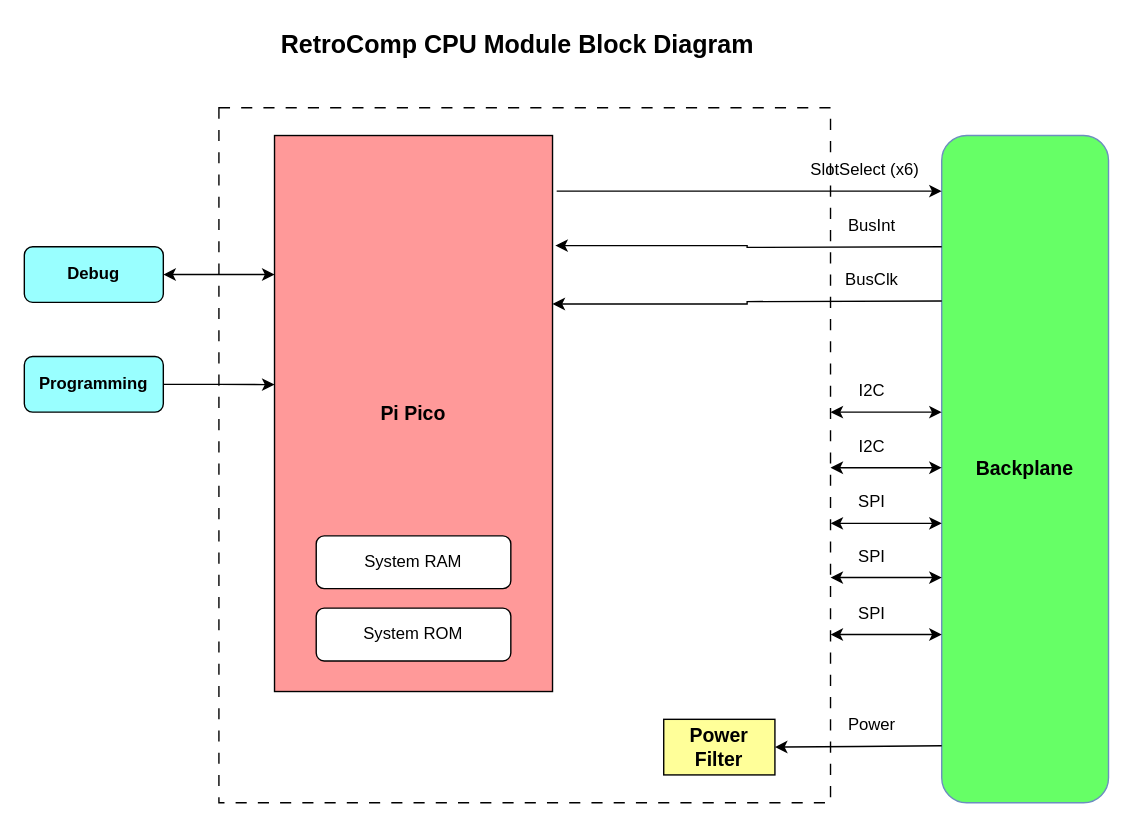
Above: docs/RetroComp-CPU-Block-Diagram.drawio in dervish77/RetroComp (draw.io), before the change. Source tidied: cells renumbered, new cells numbered last; positions are measured from the earlier drawing's top-left corner, leaving out a move shared by most shapes. Both pictures are drawn from the tidied source at 139%, with x=0, y=0 at pixel (24, 24).
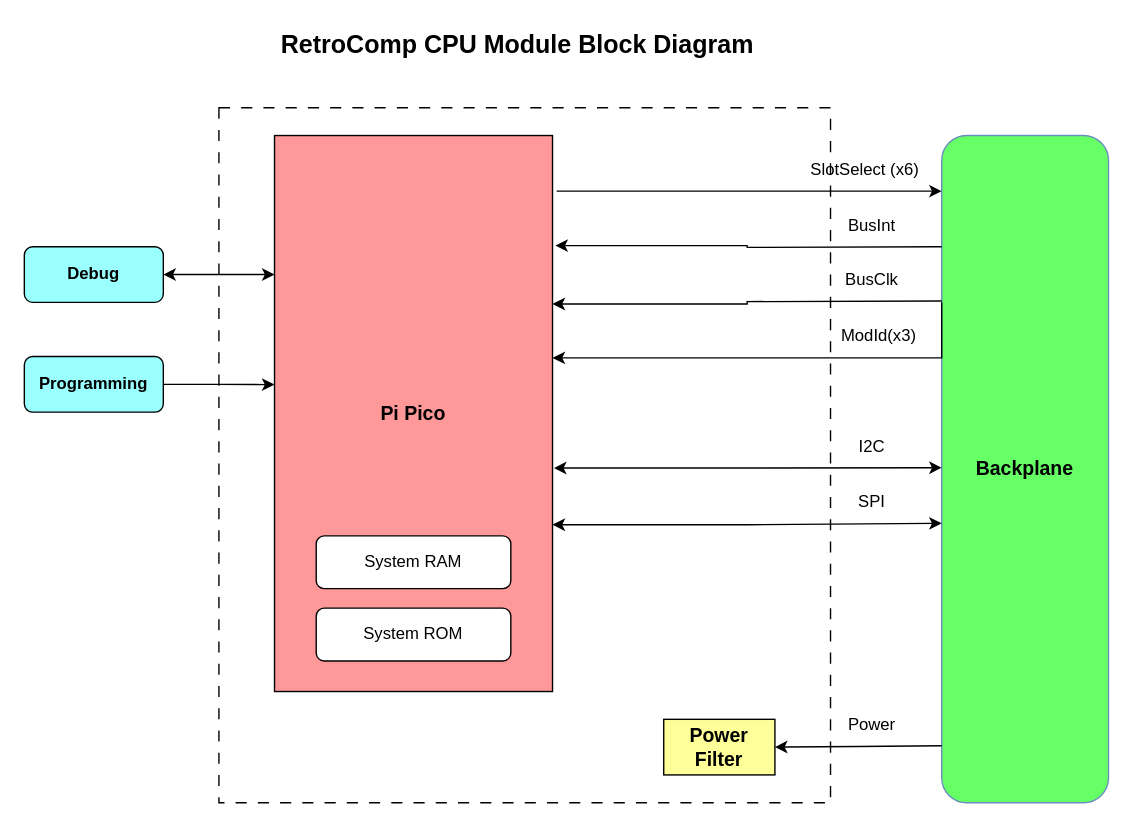
Above is the later version.

Commit message (it also covers changes not shown here):
fixed error on analog diagram ; cleanup on cpu diagram

Unchanged cells that the change refers to:
```xml
<mxCell id="3" value="&lt;b&gt;&lt;font style=&quot;font-size: 14px;&quot;&gt;Backplane&lt;/font&gt;&lt;/b&gt;" style="rounded=1;whiteSpace=wrap;html=1;fillColor=#66FF66;strokeColor=#6c8ebf;" parent="1" vertex="1">
  <mxGeometry x="660" y="80" width="120" height="480" as="geometry" />
</mxCell>
<mxCell id="6" value="&lt;b&gt;&lt;font style=&quot;font-size: 14px;&quot;&gt;Pi Pico&lt;/font&gt;&lt;/b&gt;" style="rounded=0;whiteSpace=wrap;html=1;fillColor=#FF9999;" parent="1" vertex="1">
  <mxGeometry x="180" y="80" width="200" height="400" as="geometry" />
</mxCell>
```

What changed in the source:
```diff
@@
-    <mxCell id="7" style="edgeStyle=orthogonalEdgeStyle;rounded=0;orthogonalLoop=1;jettySize=auto;html=1;exitX=1;exitY=0.75;exitDx=0;exitDy=0;entryX=0;entryY=0.75;entryDx=0;entryDy=0;startArrow=classic;startFill=1;" parent="1" edge="1">
-      <mxGeometry relative="1" as="geometry">
-        <mxPoint x="580" y="439" as="sourcePoint" />
-        <mxPoint x="660" y="439" as="targetPoint" />
-      </mxGeometry>
-    </mxCell>
@@
-    <mxCell id="9" value="SPI" style="text;html=1;align=center;verticalAlign=middle;whiteSpace=wrap;rounded=0;" parent="1" vertex="1">
-      <mxGeometry x="580" y="409" width="60" height="30" as="geometry" />
-    </mxCell>
@@
-    <mxCell id="11" style="edgeStyle=orthogonalEdgeStyle;rounded=0;orthogonalLoop=1;jettySize=auto;html=1;exitX=1;exitY=0.75;exitDx=0;exitDy=0;entryX=0;entryY=0.75;entryDx=0;entryDy=0;startArrow=classic;startFill=1;" parent="1" edge="1">
-      <mxGeometry relative="1" as="geometry">
-        <mxPoint x="580" y="398" as="sourcePoint" />
-        <mxPoint x="660" y="398" as="targetPoint" />
-      </mxGeometry>
-    </mxCell>
-    <mxCell id="12" value="SPI" style="text;html=1;align=center;verticalAlign=middle;whiteSpace=wrap;rounded=0;" parent="1" vertex="1">
-      <mxGeometry x="580" y="368" width="60" height="30" as="geometry" />
-    </mxCell>
-    <mxCell id="13" style="edgeStyle=orthogonalEdgeStyle;rounded=0;orthogonalLoop=1;jettySize=auto;html=1;exitX=1;exitY=0.75;exitDx=0;exitDy=0;entryX=0;entryY=0.75;entryDx=0;entryDy=0;startArrow=classic;startFill=1;" parent="1" edge="1">
+    <mxCell id="13" style="edgeStyle=orthogonalEdgeStyle;rounded=0;jettySize=auto;html=1;exitX=1;exitY=0.7;exitDx=0;exitDy=0;entryX=0;entryY=0.75;entryDx=0;entryDy=0;startArrow=classic;startFill=1;exitPerimeter=0;" parent="1" edge="1" source="6">
       <mxGeometry relative="1" as="geometry">
-        <mxPoint x="580" y="359" as="sourcePoint" />
         <mxPoint x="660" y="359" as="targetPoint" />
       </mxGeometry>
     </mxCell>
@@
-    <mxCell id="15" style="edgeStyle=orthogonalEdgeStyle;rounded=0;orthogonalLoop=1;jettySize=auto;html=1;exitX=1;exitY=0.75;exitDx=0;exitDy=0;entryX=0;entryY=0.75;entryDx=0;entryDy=0;startArrow=classic;startFill=1;" parent="1" edge="1">
+    <mxCell id="15" style="edgeStyle=orthogonalEdgeStyle;rounded=0;jettySize=auto;html=1;exitX=1.005;exitY=0.598;exitDx=0;exitDy=0;entryX=0;entryY=0.75;entryDx=0;entryDy=0;startArrow=classic;startFill=1;exitPerimeter=0;" parent="1" edge="1" source="6">
       <mxGeometry relative="1" as="geometry">
-        <mxPoint x="580" y="319" as="sourcePoint" />
         <mxPoint x="660" y="319" as="targetPoint" />
       </mxGeometry>
     </mxCell>
@@
-    <mxCell id="23" style="edgeStyle=orthogonalEdgeStyle;rounded=0;orthogonalLoop=1;jettySize=auto;html=1;exitX=1;exitY=0.75;exitDx=0;exitDy=0;entryX=0;entryY=0.75;entryDx=0;entryDy=0;startArrow=classic;startFill=1;" parent="1" edge="1">
-      <mxGeometry relative="1" as="geometry">
-        <mxPoint x="580" y="279" as="sourcePoint" />
-        <mxPoint x="660" y="279" as="targetPoint" />
-      </mxGeometry>
-    </mxCell>
-    <mxCell id="24" value="I2C" style="text;html=1;align=center;verticalAlign=middle;whiteSpace=wrap;rounded=0;" parent="1" vertex="1">
-      <mxGeometry x="580" y="249" width="60" height="30" as="geometry" />
-    </mxCell>
@@
+    <mxCell id="33" style="edgeStyle=orthogonalEdgeStyle;rounded=0;jettySize=auto;html=1;exitX=0;exitY=0.25;exitDx=0;exitDy=0;entryX=1;entryY=0.4;entryDx=0;entryDy=0;entryPerimeter=0;" parent="1" edge="1" source="3" target="6">
+      <mxGeometry relative="1" as="geometry">
+        <Array as="points">
+          <mxPoint x="660" y="240" />
+        </Array>
+      </mxGeometry>
+    </mxCell>
+    <mxCell id="34" value="ModId(x3)" style="text;html=1;align=center;verticalAlign=middle;whiteSpace=wrap;rounded=0;" parent="1" vertex="1">
+      <mxGeometry x="560" y="209" width="110" height="30" as="geometry" />
+    </mxCell>
```
